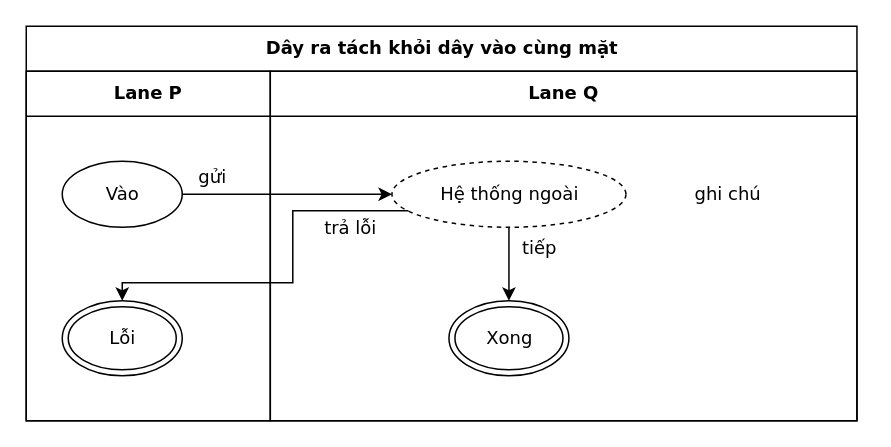
The draw.io diagram conformance/golden/cases/78-exit-port-apart-from-entry.drawio in luytbq/flowcast, before the edit. Source tidied: cells renumbered, new cells numbered last; positions are measured from the earlier drawing's top-left corner, leaving out a move shared by most shapes. Both pictures are drawn from the tidied source at 150%, with x=0, y=0 at pixel (26, 26).
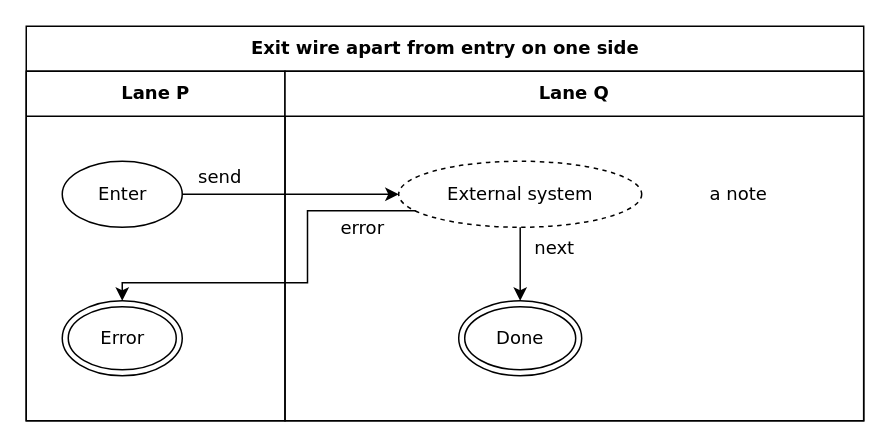
Above is the later version.

Diff of the diagram source:
```diff
@@
 <mxGraphModel>
   <root>
     <mxCell id="0" />
     <mxCell id="1" parent="0" />
-    <mxCell id="2" value="Dây ra tách khỏi dây vào cùng mặt" style="swimlane;html=1;startSize=30;fontStyle=1;fontFamily=Verdana;fontSize=12;flowtable=1;" parent="1" vertex="1">
-      <mxGeometry width="553.8" height="263" as="geometry" />
+    <mxCell id="2" value="Exit wire apart from entry on one side" style="swimlane;html=1;startSize=30;fontStyle=1;fontFamily=Verdana;fontSize=12;flowtable=1;" parent="1" vertex="1">
+      <mxGeometry width="558.3" height="263" as="geometry" />
     </mxCell>
     <mxCell id="3" value="Lane P" style="swimlane;html=1;startSize=30;fontFamily=Verdana;fontSize=12;flowtable=1;" parent="2" vertex="1">
-      <mxGeometry y="30" width="162.7" height="233" as="geometry" />
+      <mxGeometry y="30" width="172.5" height="233" as="geometry" />
     </mxCell>
     <mxCell id="4" value="Lane Q" style="swimlane;html=1;startSize=30;fontFamily=Verdana;fontSize=12;flowtable=1;" parent="2" vertex="1">
-      <mxGeometry x="162.7" y="30" width="391.1" height="233" as="geometry" />
+      <mxGeometry x="172.5" y="30" width="385.8" height="233" as="geometry" />
     </mxCell>
-    <mxCell id="5" value="Vào" style="ellipse;html=1;fontFamily=Verdana;fontSize=12;flowtable=1;" parent="3" vertex="1">
+    <mxCell id="5" value="Enter" style="ellipse;html=1;fontFamily=Verdana;fontSize=12;flowtable=1;" parent="3" vertex="1">
       <mxGeometry x="24" y="60" width="80" height="44" as="geometry" />
     </mxCell>
-    <mxCell id="6" value="Hệ thống ngoài" style="ellipse;html=1;dashed=1;fontFamily=Verdana;fontSize=12;flowtable=1;" parent="4" vertex="1">
-      <mxGeometry x="81.1" y="60" width="156" height="44" as="geometry" />
+    <mxCell id="6" value="External system" style="ellipse;html=1;dashed=1;fontFamily=Verdana;fontSize=12;flowtable=1;" parent="4" vertex="1">
+      <mxGeometry x="75.8" y="60" width="162" height="44" as="geometry" />
     </mxCell>
-    <mxCell id="7" value="ghi chú" style="text;html=1;align=left;verticalAlign=middle;spacingLeft=4;fontFamily=Verdana;fontSize=12;flowtable=1;" parent="4" vertex="1">
-      <mxGeometry x="277.1" y="68" width="66" height="28" as="geometry" />
+    <mxCell id="7" value="a note" style="text;html=1;align=left;verticalAlign=middle;spacingLeft=4;fontFamily=Verdana;fontSize=12;flowtable=1;" parent="4" vertex="1">
+      <mxGeometry x="277.8" y="68" width="60" height="28" as="geometry" />
     </mxCell>
-    <mxCell id="8" value="Xong" style="shape=doubleEllipse;html=1;fontFamily=Verdana;fontSize=12;flowtable=1;" parent="4" vertex="1">
-      <mxGeometry x="119.1" y="153" width="80" height="50" as="geometry" />
+    <mxCell id="8" value="Done" style="shape=doubleEllipse;html=1;fontFamily=Verdana;fontSize=12;flowtable=1;" parent="4" vertex="1">
+      <mxGeometry x="115.8" y="153" width="82" height="50" as="geometry" />
     </mxCell>
-    <mxCell id="9" value="Lỗi" style="shape=doubleEllipse;html=1;fontFamily=Verdana;fontSize=12;flowtable=1;" parent="3" vertex="1">
+    <mxCell id="9" value="Error" style="shape=doubleEllipse;html=1;fontFamily=Verdana;fontSize=12;flowtable=1;" parent="3" vertex="1">
       <mxGeometry x="24" y="153" width="80" height="50" as="geometry" />
     </mxCell>
-    <mxCell id="10" value="gửi" style="edgeStyle=orthogonalEdgeStyle;rounded=0;jettySize=auto;html=1;labelBackgroundColor=default;exitX=1;exitY=0.5;exitDx=0;exitDy=0;entryX=0;entryY=0.5;entryDx=0;entryDy=0;fontFamily=Verdana;fontSize=12;flowtable=1;" parent="2" edge="1" source="5" target="6">
-      <mxGeometry x="-0.72" relative="1" as="geometry">
+    <mxCell id="10" value="send" style="edgeStyle=orthogonalEdgeStyle;rounded=0;jettySize=auto;html=1;labelBackgroundColor=default;exitX=1;exitY=0.5;exitDx=0;exitDy=0;entryX=0;entryY=0.5;entryDx=0;entryDy=0;fontFamily=Verdana;fontSize=12;flowtable=1;" parent="2" edge="1" source="5" target="6">
+      <mxGeometry x="-0.66" relative="1" as="geometry">
         <mxPoint y="-11.5" as="offset" />
       </mxGeometry>
     </mxCell>
-    <mxCell id="11" value="tiếp" style="edgeStyle=orthogonalEdgeStyle;rounded=0;jettySize=auto;html=1;labelBackgroundColor=default;exitX=0.5;exitY=1;exitDx=0;exitDy=0;entryX=0.5;entryY=0;entryDx=0;entryDy=0;fontFamily=Verdana;fontSize=12;flowtable=1;" parent="2" edge="1" source="6" target="8">
+    <mxCell id="11" value="next" style="edgeStyle=orthogonalEdgeStyle;rounded=0;jettySize=auto;html=1;labelBackgroundColor=default;exitX=0.5;exitY=1;exitDx=0;exitDy=0;entryX=0.5;entryY=0;entryDx=0;entryDy=0;fontFamily=Verdana;fontSize=12;flowtable=1;" parent="2" edge="1" source="6" target="8">
       <mxGeometry x="-0.41" relative="1" as="geometry">
-        <mxPoint x="20.3" as="offset" />
+        <mxPoint x="22.3" as="offset" />
       </mxGeometry>
     </mxCell>
-    <mxCell id="12" value="trả lỗi" style="edgeStyle=orthogonalEdgeStyle;rounded=0;jettySize=auto;html=1;labelBackgroundColor=default;exitX=0.07;exitY=0.75;exitDx=0;exitDy=0;exitPerimeter=0;entryX=0.5;entryY=0;entryDx=0;entryDy=0;fontFamily=Verdana;fontSize=12;flowtable=1;" parent="2" edge="1" source="6" target="9">
-      <mxGeometry x="-0.69" relative="1" as="geometry">
+    <mxCell id="12" value="error" style="edgeStyle=orthogonalEdgeStyle;rounded=0;jettySize=auto;html=1;labelBackgroundColor=default;exitX=0.07;exitY=0.75;exitDx=0;exitDy=0;exitPerimeter=0;entryX=0.5;entryY=0;entryDx=0;entryDy=0;fontFamily=Verdana;fontSize=12;flowtable=1;" parent="2" edge="1" source="6" target="9">
+      <mxGeometry x="-0.72" relative="1" as="geometry">
         <Array as="points">
-          <mxPoint x="177.7" y="123" />
-          <mxPoint x="177.7" y="171" />
+          <mxPoint x="187.5" y="123" />
+          <mxPoint x="187.5" y="171" />
           <mxPoint x="64" y="171" />
         </Array>
         <mxPoint y="11.5" as="offset" />
       </mxGeometry>
     </mxCell>
   </root>
 </mxGraphModel>
```
